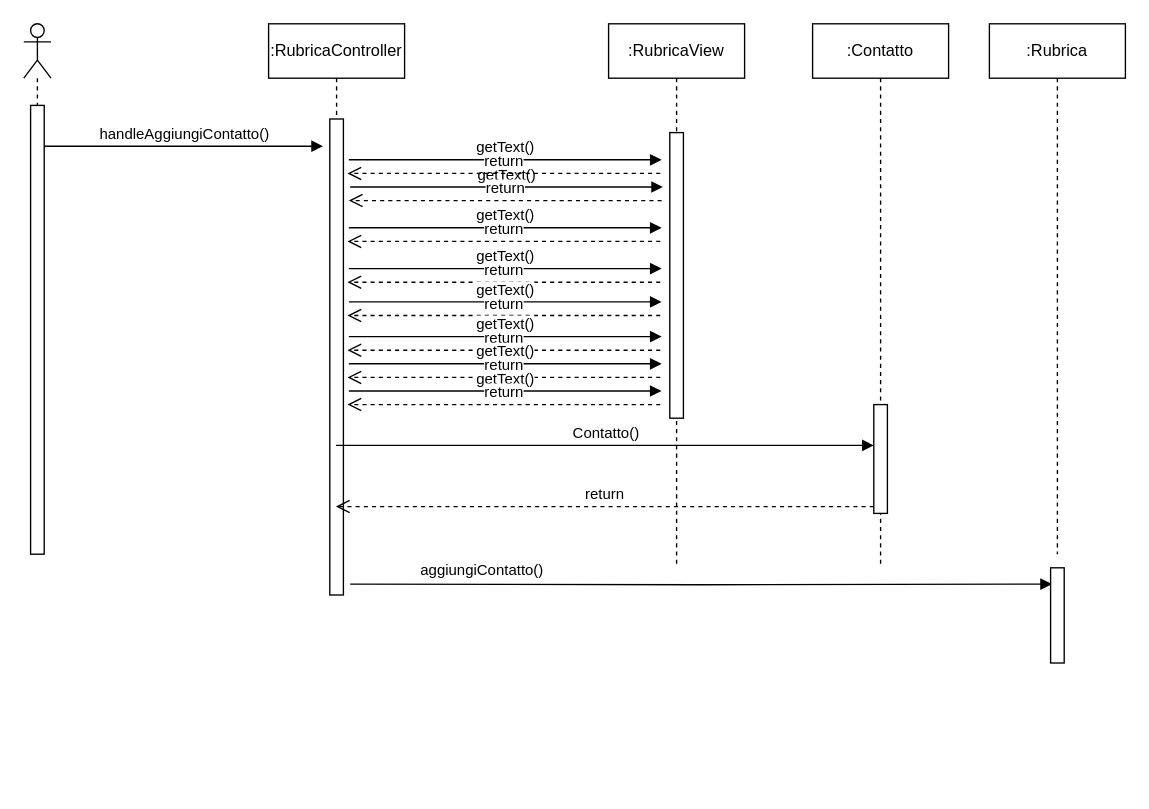
Before: Documentazione/diagrammi di sequenza/AggiungiContattoDS(1).drawio in VinnGoff/SoftEngProject, a draw.io diagram. Source tidied: cells renumbered, new cells numbered last; positions are measured from the earlier drawing's top-left corner, leaving out a move shared by most shapes. Both pictures are drawn from the tidied source at 136%, with x=0, y=0 at pixel (23, 23).
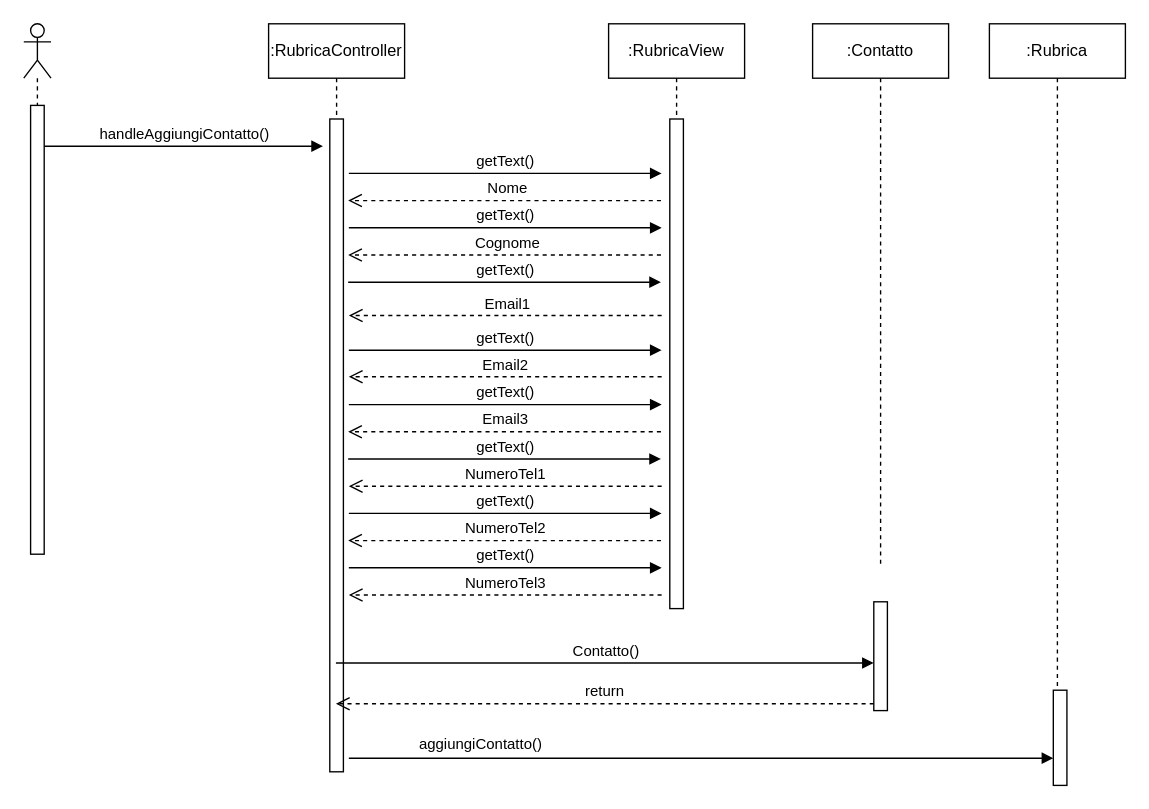
Above is the later version.

Commit message:
Modifica diagrammi di sequenza aggiungi contatto

The change refers to these unchanged cells:
```xml
<mxCell id="8" value=":Contatto" style="shape=umlLifeline;perimeter=lifelinePerimeter;whiteSpace=wrap;html=1;newEdgeStyle={&quot;curved&quot;:0,&quot;rounded&quot;:0};" parent="1" vertex="1">
  <mxGeometry x="580" width="100" height="400" as="geometry" />
</mxCell>
```

Diff of the diagram source:
```diff
@@
     <mxCell id="4" value=":Rubrica" style="shape=umlLifeline;perimeter=lifelinePerimeter;whiteSpace=wrap;html=1;newEdgeStyle={&quot;curved&quot;:0,&quot;rounded&quot;:0};" parent="1" vertex="1">
-      <mxGeometry x="710" width="100" height="390" as="geometry" />
+      <mxGeometry x="710" width="100" height="520" as="geometry" />
     </mxCell>
@@
     <mxCell id="6" value=":RubricaController" style="shape=umlLifeline;perimeter=lifelinePerimeter;whiteSpace=wrap;html=1;outlineConnect=0;portConstraint=eastwest;newEdgeStyle={&quot;curved&quot;:0,&quot;rounded&quot;:0};" parent="1" vertex="1">
-      <mxGeometry x="180" width="100" height="420" as="geometry" />
+      <mxGeometry x="180" width="100" height="550" as="geometry" />
     </mxCell>
     <mxCell id="7" style="html=1;perimeter=orthogonalPerimeter;targetShapes=umlLifeline;newEdgeStyle={&quot;curved&quot;:0,&quot;rounded&quot;:0};" parent="6" vertex="1">
-      <mxGeometry x="45" y="70" width="10" height="350" as="geometry" />
+      <mxGeometry x="45" y="70" width="10" height="480" as="geometry" />
     </mxCell>
@@
-    <mxCell id="9" style="html=1;points=[[0,0,0,0,5],[0,1,0,0,-5],[1,0,0,0,5],[1,1,0,0,-5]];perimeter=orthogonalPerimeter;outlineConnect=0;targetShapes=umlLifeline;portConstraint=eastwest;newEdgeStyle={&quot;curved&quot;:0,&quot;rounded&quot;:0};" parent="8" vertex="1">
-      <mxGeometry x="45" y="280" width="10" height="80" as="geometry" />
-    </mxCell>
-    <mxCell id="10" style="endArrow=block;endFill=1;html=1;edgeStyle=orthogonalEdgeStyle;align=left;verticalAlign=top;rounded=0;entryX=0.1;entryY=0.171;entryDx=0;entryDy=0;entryPerimeter=0;" parent="1" edge="1" target="22">
+    <mxCell id="10" style="endArrow=block;endFill=1;html=1;edgeStyle=orthogonalEdgeStyle;align=left;verticalAlign=top;rounded=0;entryX=0.1;entryY=0.171;entryDx=0;entryDy=0;entryPerimeter=0;" parent="1" edge="1">
       <mxGeometry x="-1" relative="1" as="geometry">
-        <mxPoint x="240" y="412" as="sourcePoint" />
+        <mxPoint x="239" y="540" as="sourcePoint" />
+        <mxPoint x="757" y="540" as="targetPoint" />
       </mxGeometry>
     </mxCell>
@@
     <mxCell id="12" value=":RubricaView" style="shape=umlLifeline;perimeter=lifelinePerimeter;whiteSpace=wrap;html=1;newEdgeStyle={&quot;curved&quot;:0,&quot;rounded&quot;:0};" parent="1" vertex="1">
-      <mxGeometry x="430" width="100" height="400" as="geometry" />
+      <mxGeometry x="430" width="100" height="430" as="geometry" />
     </mxCell>
     <mxCell id="13" style="html=1;perimeter=orthogonalPerimeter;targetShapes=umlLifeline;newEdgeStyle={&quot;curved&quot;:0,&quot;rounded&quot;:0};" parent="12" vertex="1">
-      <mxGeometry x="45" y="80" width="10" height="210" as="geometry" />
+      <mxGeometry x="45" y="70" width="10" height="360" as="geometry" />
     </mxCell>
     <mxCell id="14" value="Contatto()" style="html=1;verticalAlign=bottom;endArrow=block;curved=0;rounded=0;entryX=0;entryY=0;entryDx=0;entryDy=5;" parent="1" edge="1">
       <mxGeometry relative="1" as="geometry">
-        <mxPoint x="229.5" y="310" as="sourcePoint" />
-        <mxPoint x="625" y="310" as="targetPoint" />
+        <mxPoint x="229.5" y="470" as="sourcePoint" />
+        <mxPoint x="625" y="470" as="targetPoint" />
       </mxGeometry>
     </mxCell>
@@
     <mxCell id="16" value="getText()" style="html=1;verticalAlign=bottom;endArrow=block;curved=0;rounded=0;" parent="1" edge="1">
       <mxGeometry relative="1" as="geometry">
-        <mxPoint x="240" y="120" as="sourcePoint" />
-        <mxPoint x="470" y="120" as="targetPoint" />
+        <mxPoint x="239" y="150" as="sourcePoint" />
+        <mxPoint x="469" y="150" as="targetPoint" />
       </mxGeometry>
     </mxCell>
-    <mxCell id="17" value="return" style="html=1;verticalAlign=bottom;endArrow=open;dashed=1;endSize=8;curved=0;rounded=0;" parent="1" edge="1">
+    <mxCell id="17" value="&amp;nbsp;Cognome" style="html=1;verticalAlign=bottom;endArrow=open;dashed=1;endSize=8;curved=0;rounded=0;" parent="1" edge="1">
       <mxGeometry relative="1" as="geometry">
-        <mxPoint x="469" y="130" as="sourcePoint" />
-        <mxPoint x="239" y="130" as="targetPoint" />
+        <mxPoint x="468.5" y="170" as="sourcePoint" />
+        <mxPoint x="238.5" y="170" as="targetPoint" />
       </mxGeometry>
     </mxCell>
     <mxCell id="18" value="getText()" style="html=1;verticalAlign=bottom;endArrow=block;curved=0;rounded=0;" parent="1" edge="1">
       <mxGeometry relative="1" as="geometry">
-        <mxPoint x="239" y="150" as="sourcePoint" />
-        <mxPoint x="469" y="150" as="targetPoint" />
+        <mxPoint x="238.5" y="190" as="sourcePoint" />
+        <mxPoint x="468.5" y="190" as="targetPoint" />
       </mxGeometry>
     </mxCell>
-    <mxCell id="19" value="return" style="html=1;verticalAlign=bottom;endArrow=open;dashed=1;endSize=8;curved=0;rounded=0;" parent="1" edge="1">
+    <mxCell id="19" value="&amp;nbsp;Email1" style="html=1;verticalAlign=bottom;endArrow=open;dashed=1;endSize=8;curved=0;rounded=0;" parent="1" edge="1">
       <mxGeometry relative="1" as="geometry">
-        <mxPoint x="468" y="160" as="sourcePoint" />
-        <mxPoint x="238" y="160" as="targetPoint" />
+        <mxPoint x="469" y="214.5" as="sourcePoint" />
+        <mxPoint x="239" y="214.5" as="targetPoint" />
       </mxGeometry>
     </mxCell>
     <mxCell id="20" value="getText()" style="html=1;verticalAlign=bottom;endArrow=block;curved=0;rounded=0;" parent="1" edge="1">
       <mxGeometry relative="1" as="geometry">
-        <mxPoint x="239" y="180" as="sourcePoint" />
-        <mxPoint x="469" y="180" as="targetPoint" />
+        <mxPoint x="239" y="240" as="sourcePoint" />
+        <mxPoint x="469" y="240" as="targetPoint" />
       </mxGeometry>
     </mxCell>
-    <mxCell id="21" value="return" style="html=1;verticalAlign=bottom;endArrow=open;dashed=1;endSize=8;curved=0;rounded=0;" parent="1" edge="1">
+    <mxCell id="21" value="Email2" style="html=1;verticalAlign=bottom;endArrow=open;dashed=1;endSize=8;curved=0;rounded=0;" parent="1" edge="1">
       <mxGeometry relative="1" as="geometry">
-        <mxPoint x="468" y="190" as="sourcePoint" />
-        <mxPoint x="238" y="190" as="targetPoint" />
+        <mxPoint x="469" y="259.5" as="sourcePoint" />
+        <mxPoint x="239" y="259.5" as="targetPoint" />
       </mxGeometry>
     </mxCell>
     <mxCell id="22" style="html=1;points=[[0,0,0,0,5],[0,1,0,0,-5],[1,0,0,0,5],[1,1,0,0,-5]];perimeter=orthogonalPerimeter;outlineConnect=0;targetShapes=umlLifeline;portConstraint=eastwest;newEdgeStyle={&quot;curved&quot;:0,&quot;rounded&quot;:0};" parent="1" vertex="1">
-      <mxGeometry x="755" y="400" width="10" height="70" as="geometry" />
+      <mxGeometry x="757" y="490" width="10" height="70" as="geometry" />
     </mxCell>
     <mxCell id="23" value="getText()" style="html=1;verticalAlign=bottom;endArrow=block;curved=0;rounded=0;" parent="1" edge="1">
       <mxGeometry relative="1" as="geometry">
-        <mxPoint x="239" y="204.5" as="sourcePoint" />
-        <mxPoint x="469" y="204.5" as="targetPoint" />
+        <mxPoint x="239" y="280" as="sourcePoint" />
+        <mxPoint x="469" y="280" as="targetPoint" />
       </mxGeometry>
     </mxCell>
-    <mxCell id="24" value="return" style="html=1;verticalAlign=bottom;endArrow=open;dashed=1;endSize=8;curved=0;rounded=0;" parent="1" edge="1">
+    <mxCell id="24" value="Email3" style="html=1;verticalAlign=bottom;endArrow=open;dashed=1;endSize=8;curved=0;rounded=0;" parent="1" edge="1">
       <mxGeometry relative="1" as="geometry">
-        <mxPoint x="468" y="214.5" as="sourcePoint" />
-        <mxPoint x="238" y="214.5" as="targetPoint" />
+        <mxPoint x="468.5" y="300" as="sourcePoint" />
+        <mxPoint x="238.5" y="300" as="targetPoint" />
       </mxGeometry>
     </mxCell>
     <mxCell id="25" value="getText()" style="html=1;verticalAlign=bottom;endArrow=block;curved=0;rounded=0;" parent="1" edge="1">
       <mxGeometry relative="1" as="geometry">
-        <mxPoint x="239" y="230" as="sourcePoint" />
-        <mxPoint x="469" y="230" as="targetPoint" />
+        <mxPoint x="238.5" y="320" as="sourcePoint" />
+        <mxPoint x="468.5" y="320" as="targetPoint" />
       </mxGeometry>
     </mxCell>
-    <mxCell id="26" value="return" style="html=1;verticalAlign=bottom;endArrow=open;dashed=1;endSize=8;curved=0;rounded=0;" parent="1" edge="1">
+    <mxCell id="26" value="NumeroTel1" style="html=1;verticalAlign=bottom;endArrow=open;dashed=1;endSize=8;curved=0;rounded=0;" parent="1" edge="1">
       <mxGeometry relative="1" as="geometry">
-        <mxPoint x="468" y="240" as="sourcePoint" />
-        <mxPoint x="238" y="240" as="targetPoint" />
+        <mxPoint x="469" y="340" as="sourcePoint" />
+        <mxPoint x="239" y="340" as="targetPoint" />
       </mxGeometry>
     </mxCell>
     <mxCell id="27" value="getText()" style="html=1;verticalAlign=bottom;endArrow=block;curved=0;rounded=0;" parent="1" edge="1">
       <mxGeometry relative="1" as="geometry">
-        <mxPoint x="239" y="250" as="sourcePoint" />
-        <mxPoint x="469" y="250" as="targetPoint" />
+        <mxPoint x="239" y="360" as="sourcePoint" />
+        <mxPoint x="469" y="360" as="targetPoint" />
       </mxGeometry>
     </mxCell>
-    <mxCell id="28" value="return" style="html=1;verticalAlign=bottom;endArrow=open;dashed=1;endSize=8;curved=0;rounded=0;" parent="1" edge="1">
+    <mxCell id="28" value="NumeroTel2" style="html=1;verticalAlign=bottom;endArrow=open;dashed=1;endSize=8;curved=0;rounded=0;" parent="1" edge="1">
       <mxGeometry relative="1" as="geometry">
-        <mxPoint x="468" y="260" as="sourcePoint" />
-        <mxPoint x="238" y="260" as="targetPoint" />
+        <mxPoint x="468.5" y="380" as="sourcePoint" />
+        <mxPoint x="238.5" y="380" as="targetPoint" />
       </mxGeometry>
     </mxCell>
     <mxCell id="29" value="getText()" style="html=1;verticalAlign=bottom;endArrow=block;curved=0;rounded=0;" parent="1" edge="1">
       <mxGeometry relative="1" as="geometry">
-        <mxPoint x="239" y="100" as="sourcePoint" />
-        <mxPoint x="469" y="100" as="targetPoint" />
+        <mxPoint x="239" y="110" as="sourcePoint" />
+        <mxPoint x="469" y="110" as="targetPoint" />
       </mxGeometry>
     </mxCell>
-    <mxCell id="30" value="return" style="html=1;verticalAlign=bottom;endArrow=open;dashed=1;endSize=8;curved=0;rounded=0;" parent="1" edge="1">
+    <mxCell id="30" value="&amp;nbsp;Nome" style="html=1;verticalAlign=bottom;endArrow=open;dashed=1;endSize=8;curved=0;rounded=0;" parent="1" edge="1">
       <mxGeometry relative="1" as="geometry">
-        <mxPoint x="468" y="110" as="sourcePoint" />
-        <mxPoint x="238" y="110" as="targetPoint" />
+        <mxPoint x="468.5" y="130" as="sourcePoint" />
+        <mxPoint x="238.5" y="130" as="targetPoint" />
       </mxGeometry>
     </mxCell>
     <mxCell id="31" value="getText()" style="html=1;verticalAlign=bottom;endArrow=block;curved=0;rounded=0;" parent="1" edge="1">
       <mxGeometry relative="1" as="geometry">
-        <mxPoint x="239" y="270" as="sourcePoint" />
-        <mxPoint x="469" y="270" as="targetPoint" />
+        <mxPoint x="239" y="400" as="sourcePoint" />
+        <mxPoint x="469" y="400" as="targetPoint" />
       </mxGeometry>
     </mxCell>
-    <mxCell id="32" value="return" style="html=1;verticalAlign=bottom;endArrow=open;dashed=1;endSize=8;curved=0;rounded=0;" parent="1" edge="1">
+    <mxCell id="32" value="NumeroTel3" style="html=1;verticalAlign=bottom;endArrow=open;dashed=1;endSize=8;curved=0;rounded=0;" parent="1" edge="1">
       <mxGeometry relative="1" as="geometry">
-        <mxPoint x="468" y="280" as="sourcePoint" />
-        <mxPoint x="238" y="280" as="targetPoint" />
+        <mxPoint x="469" y="420" as="sourcePoint" />
+        <mxPoint x="239" y="420" as="targetPoint" />
       </mxGeometry>
     </mxCell>
+    <mxCell id="9" style="html=1;points=[[0,0,0,0,5],[0,1,0,0,-5],[1,0,0,0,5],[1,1,0,0,-5]];perimeter=orthogonalPerimeter;outlineConnect=0;targetShapes=umlLifeline;portConstraint=eastwest;newEdgeStyle={&quot;curved&quot;:0,&quot;rounded&quot;:0};" parent="1" vertex="1">
+      <mxGeometry x="625" y="425" width="10" height="80" as="geometry" />
+    </mxCell>
```
